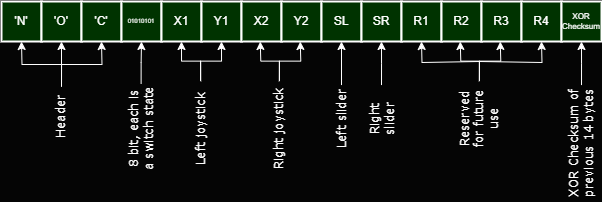
Earlier version of the draw.io export packet.png (poconoco/bt-remote). Source tidied: cells renumbered, new cells last; positions are measured from the earlier drawing's top-left corner, leaving out a move shared by most shapes.
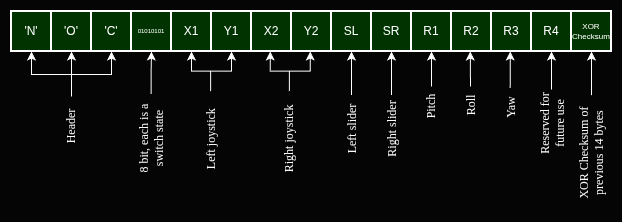
Later version of the same file.

Change to the diagram source:
```diff
@@ -105,30 +105,32 @@
     <mxCell id="32" value="Right slider" style="text;html=1;align=center;verticalAlign=middle;whiteSpace=wrap;rounded=0;rotation=-90;fontColor=#FCFCFC;strokeColor=none;fontFamily=Verdana;" parent="1" vertex="1">
       <mxGeometry x="346.1" y="100" width="67.9" height="35" as="geometry" />
     </mxCell>
-    <mxCell id="33" style="edgeStyle=orthogonalEdgeStyle;rounded=0;jettySize=auto;html=1;exitX=1;exitY=0.5;exitDx=0;exitDy=0;entryX=0.5;entryY=1;entryDx=0;entryDy=0;fontColor=#FCFCFC;strokeColor=#FFFFFF;" parent="1" edge="1" source="37">
+    <mxCell id="33" style="edgeStyle=orthogonalEdgeStyle;rounded=0;jettySize=auto;html=1;exitX=1;exitY=0.5;exitDx=0;exitDy=0;entryX=0.5;entryY=1;entryDx=0;entryDy=0;fontColor=#FCFCFC;strokeColor=#FFFFFF;" parent="1" edge="1" source="41">
       <mxGeometry relative="1" as="geometry">
         <mxPoint x="458.8" y="40" as="targetPoint" />
       </mxGeometry>
     </mxCell>
-    <mxCell id="34" style="edgeStyle=orthogonalEdgeStyle;rounded=0;jettySize=auto;html=1;exitX=1;exitY=0.5;exitDx=0;exitDy=0;entryX=0.5;entryY=1;entryDx=0;entryDy=0;fontColor=#FCFCFC;strokeColor=#FFFFFF;" parent="1" edge="1" source="37">
+    <mxCell id="34" style="edgeStyle=orthogonalEdgeStyle;rounded=0;jettySize=auto;html=1;entryX=0.5;entryY=1;entryDx=0;entryDy=0;fontColor=#FCFCFC;strokeColor=#FFFFFF;exitX=0.988;exitY=0.455;exitDx=0;exitDy=0;exitPerimeter=0;" parent="1" edge="1" source="42">
       <mxGeometry relative="1" as="geometry">
         <mxPoint x="498.8" y="40" as="targetPoint" />
+        <Array as="points">
+          <mxPoint x="499" y="75" />
+          <mxPoint x="499" y="75" />
+        </Array>
       </mxGeometry>
     </mxCell>
-    <mxCell id="35" style="edgeStyle=orthogonalEdgeStyle;rounded=0;orthogonalLoop=1;jettySize=auto;html=1;entryX=0.5;entryY=1;entryDx=0;entryDy=0;fontColor=#FCFCFC;strokeColor=#FFFFFF;" parent="1" edge="1">
+    <mxCell id="35" style="edgeStyle=orthogonalEdgeStyle;rounded=0;jettySize=auto;html=1;entryX=0.5;entryY=1;entryDx=0;entryDy=0;fontColor=#FCFCFC;strokeColor=#FFFFFF;exitX=1;exitY=0.5;exitDx=0;exitDy=0;" parent="1" edge="1" source="37">
       <mxGeometry relative="1" as="geometry">
-        <mxPoint x="478" y="60" as="sourcePoint" />
         <mxPoint x="540" y="40" as="targetPoint" />
       </mxGeometry>
     </mxCell>
-    <mxCell id="36" style="edgeStyle=orthogonalEdgeStyle;rounded=0;orthogonalLoop=1;jettySize=auto;html=1;entryX=0.5;entryY=1;entryDx=0;entryDy=0;fontColor=#FCFCFC;strokeColor=#FFFFFF;" parent="1" edge="1">
+    <mxCell id="36" style="edgeStyle=orthogonalEdgeStyle;rounded=0;jettySize=auto;html=1;entryX=0.5;entryY=1;entryDx=0;entryDy=0;fontColor=#FCFCFC;strokeColor=#FFFFFF;exitX=1;exitY=0.5;exitDx=0;exitDy=0;" parent="1" edge="1" source="40">
       <mxGeometry relative="1" as="geometry">
-        <mxPoint x="478" y="60" as="sourcePoint" />
         <mxPoint x="420" y="40" as="targetPoint" />
       </mxGeometry>
     </mxCell>
     <mxCell id="37" value="Reserved for future use" style="text;html=1;align=center;verticalAlign=middle;whiteSpace=wrap;rounded=0;rotation=-90;fontColor=#FCFCFC;strokeColor=none;fontFamily=Verdana;" parent="1" vertex="1">
-      <mxGeometry x="440" y="100" width="75.8" height="35" as="geometry" />
+      <mxGeometry x="505.5" y="95" width="68.9" height="35" as="geometry" />
     </mxCell>
     <mxCell id="38" style="edgeStyle=orthogonalEdgeStyle;rounded=0;jettySize=auto;html=1;exitX=1;exitY=0.5;exitDx=0;exitDy=0;entryX=0.5;entryY=1;entryDx=0;entryDy=0;fontColor=#FCFCFC;strokeColor=#FFFFFF;" parent="1" edge="1" source="39">
       <mxGeometry relative="1" as="geometry">
@@ -138,5 +140,14 @@
     <mxCell id="39" value="XOR Checksum of previous 14 bytes" style="text;html=1;align=center;verticalAlign=middle;whiteSpace=wrap;rounded=0;rotation=-90;fontColor=#FCFCFC;strokeColor=none;fontFamily=Verdana;" parent="1" vertex="1">
       <mxGeometry x="521.5" y="124.6" width="117" height="35" as="geometry" />
     </mxCell>
+    <mxCell id="40" value="Pitch" style="text;html=1;align=center;verticalAlign=middle;whiteSpace=wrap;rounded=0;rotation=-90;fontColor=#FCFCFC;strokeColor=none;fontFamily=Verdana;" parent="1" vertex="1">
+      <mxGeometry x="400" y="80" width="40" height="30" as="geometry" />
+    </mxCell>
+    <mxCell id="41" value="Roll" style="text;html=1;align=center;verticalAlign=middle;whiteSpace=wrap;rounded=0;rotation=-90;fontColor=#FCFCFC;strokeColor=none;fontFamily=Verdana;" parent="1" vertex="1">
+      <mxGeometry x="439.5" y="79.5" width="39" height="30" as="geometry" />
+    </mxCell>
+    <mxCell id="42" value="Yaw" style="text;html=1;align=center;verticalAlign=middle;whiteSpace=wrap;rounded=0;rotation=-90;fontColor=#FCFCFC;strokeColor=none;fontFamily=Verdana;" parent="1" vertex="1">
+      <mxGeometry x="480" y="81" width="40" height="30" as="geometry" />
+    </mxCell>
   </root>
 </mxGraphModel>
```
